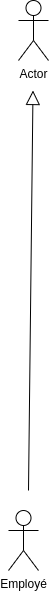
Earlier version of the draw.io export static/Diagramme de cas d'utilisation.drawio.png (Siluearsene/borne_biometrique). Source tidied: cells renumbered, new cells last; positions are measured from the earlier drawing's top-left corner, leaving out a move shared by most shapes.
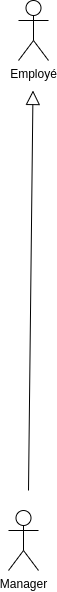
The same diagram one commit later.

Commit message:
Mettre à jour Diagramme de cas d'utilisation.drawio.png

What changed in the source:
```diff
@@ -2,10 +2,10 @@
   <root>
     <mxCell id="0" />
     <mxCell id="1" parent="0" />
-    <mxCell id="2" value="Actor" style="shape=umlActor;verticalLabelPosition=bottom;verticalAlign=top;html=1;" parent="1" vertex="1">
+    <mxCell id="2" value="Employé" style="shape=umlActor;verticalLabelPosition=bottom;verticalAlign=top;html=1;" parent="1" vertex="1">
       <mxGeometry x="10" width="30" height="60" as="geometry" />
     </mxCell>
-    <mxCell id="3" value="Employé" style="shape=umlActor;verticalLabelPosition=bottom;verticalAlign=top;html=1;" parent="1" vertex="1">
+    <mxCell id="3" value="Manager" style="shape=umlActor;verticalLabelPosition=bottom;verticalAlign=top;html=1;" parent="1" vertex="1">
       <mxGeometry y="510" width="30" height="60" as="geometry" />
     </mxCell>
     <mxCell id="4" style="endArrow=block;endFill=0;endSize=12;html=1;rounded=0;" parent="1" edge="1">
```
